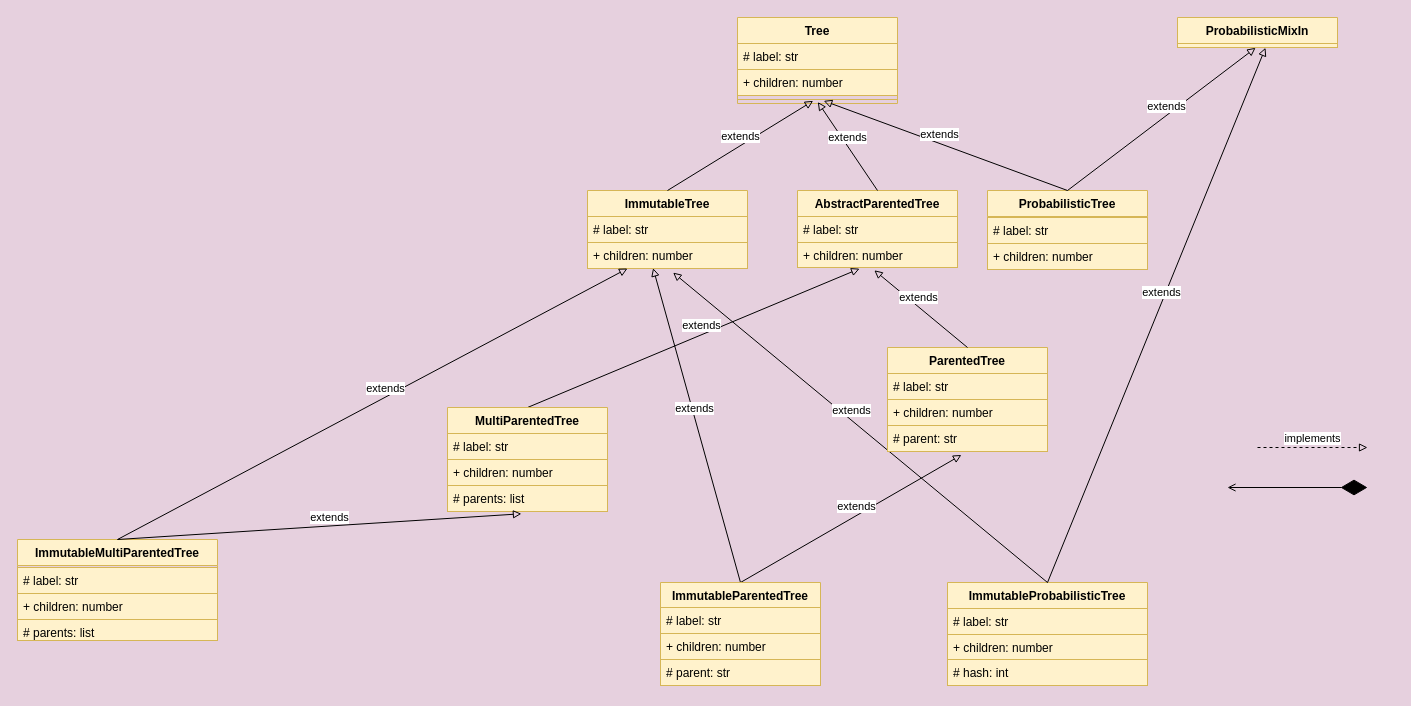
Before: Untitled Diagram.drawio in Natalia-Zorina/CLer-Prog2-Natalia, a draw.io diagram. Source tidied: cells renumbered, new cells numbered last; positions are measured from the earlier drawing's top-left corner, leaving out a move shared by most shapes. Both pictures are drawn from the tidied source at 100%, with x=0, y=0 at pixel (17, 17).
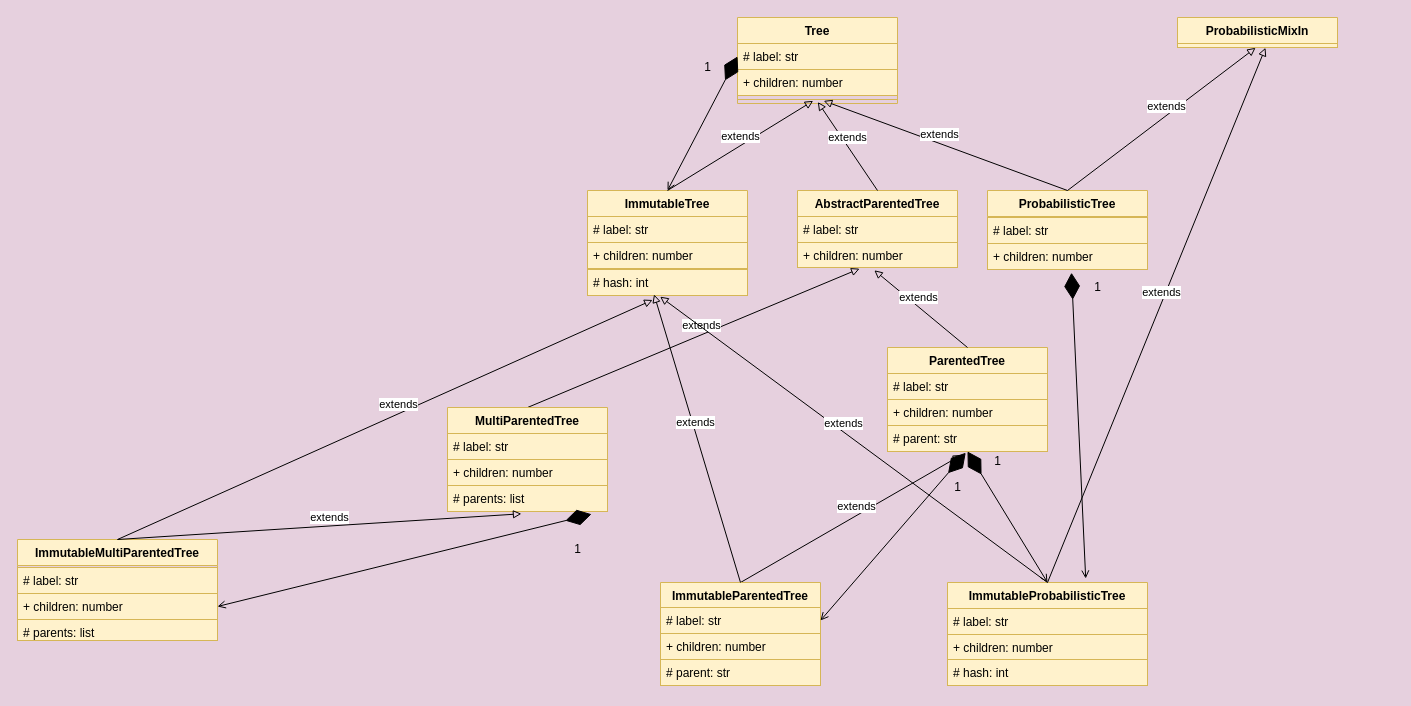
Above is the later version.

Unchanged cells that the change refers to:
```xml
<mxCell id="3" value="# label: str" style="text;strokeColor=#d6b656;fillColor=#fff2cc;align=left;verticalAlign=top;spacingLeft=4;spacingRight=4;overflow=hidden;points=[[0,0.5],[1,0.5]];portConstraint=eastwest;" parent="2" vertex="1">
  <mxGeometry y="26" width="160" height="26" as="geometry" />
</mxCell>
<mxCell id="6" value="ImmutableTree" style="swimlane;fontStyle=1;align=center;verticalAlign=top;horizontal=1;startSize=26;fillColor=#fff2cc;strokeColor=#d6b656;" parent="1" vertex="1">
  <mxGeometry x="570" y="173" width="160" height="78" as="geometry" />
</mxCell>
<mxCell id="8" value="+ children: number" style="text;strokeColor=#d6b656;fillColor=#fff2cc;align=left;verticalAlign=top;spacingLeft=4;spacingRight=4;overflow=hidden;points=[[0,0.5],[1,0.5]];portConstraint=eastwest;" parent="6" vertex="1">
  <mxGeometry y="52" width="160" height="26" as="geometry" />
</mxCell>
<mxCell id="21" value=" ImmutableMultiParentedTree" style="swimlane;fontStyle=1;align=center;verticalAlign=top;horizontal=1;startSize=26;fillColor=#fff2cc;strokeColor=#d6b656;" parent="1" vertex="1">
  <mxGeometry y="522" width="200" height="34" as="geometry" />
</mxCell>
<mxCell id="29" value="ImmutableProbabilisticTree" style="swimlane;fontStyle=1;align=center;verticalAlign=top;horizontal=1;startSize=26;fillColor=#fff2cc;strokeColor=#d6b656;" parent="1" vertex="1">
  <mxGeometry x="930" y="565" width="200" height="78" as="geometry" />
</mxCell>
<mxCell id="37" value="ImmutableParentedTree" style="swimlane;fontStyle=1;align=center;verticalAlign=top;horizontal=1;startSize=26;fillColor=#fff2cc;strokeColor=#d6b656;" parent="1" vertex="1">
  <mxGeometry x="643" y="565" width="160" height="34" as="geometry" />
</mxCell>
<mxCell id="40" value="# parent: str" style="text;strokeColor=#d6b656;fillColor=#fff2cc;align=left;verticalAlign=top;spacingLeft=4;spacingRight=4;overflow=hidden;points=[[0,0.5],[1,0.5]];portConstraint=eastwest;" parent="1" vertex="1">
  <mxGeometry x="870" y="408" width="160" height="26" as="geometry" />
</mxCell>
<mxCell id="41" value="# parents: list" style="text;strokeColor=#d6b656;fillColor=#fff2cc;align=left;verticalAlign=top;spacingLeft=4;spacingRight=4;overflow=hidden;points=[[0,0.5],[1,0.5]];portConstraint=eastwest;" parent="1" vertex="1">
  <mxGeometry x="430" y="468" width="160" height="26" as="geometry" />
</mxCell>
<mxCell id="44" value="+ children: number" style="text;strokeColor=#d6b656;fillColor=#fff2cc;align=left;verticalAlign=top;spacingLeft=4;spacingRight=4;overflow=hidden;points=[[0,0.5],[1,0.5]];portConstraint=eastwest;" parent="1" vertex="1">
  <mxGeometry y="576" width="200" height="26" as="geometry" />
</mxCell>
<mxCell id="46" value="# label: str" style="text;strokeColor=#d6b656;fillColor=#fff2cc;align=left;verticalAlign=top;spacingLeft=4;spacingRight=4;overflow=hidden;points=[[0,0.5],[1,0.5]];portConstraint=eastwest;" parent="1" vertex="1">
  <mxGeometry x="643" y="590" width="160" height="26" as="geometry" />
</mxCell>
<mxCell id="50" value="+ children: number" style="text;strokeColor=#d6b656;fillColor=#fff2cc;align=left;verticalAlign=top;spacingLeft=4;spacingRight=4;overflow=hidden;points=[[0,0.5],[1,0.5]];portConstraint=eastwest;" parent="1" vertex="1">
  <mxGeometry x="970" y="226" width="160" height="26" as="geometry" />
</mxCell>
```

The edit, as a diff of the source:
```diff
@@
-    <mxCell id="9" style="endArrow=diamondThin;endFill=1;endSize=24;html=1;startArrow=open;startFill=0;" parent="1" edge="1">
+    <mxCell id="9" style="endArrow=diamondThin;endFill=1;endSize=24;html=1;startArrow=open;startFill=0;exitX=0.5;exitY=0;exitDx=0;exitDy=0;" parent="1" edge="1" source="29">
       <mxGeometry relative="1" as="geometry">
-        <mxPoint x="1210" y="470" as="sourcePoint" />
-        <mxPoint x="1350" y="470" as="targetPoint" />
+        <mxPoint x="950" y="434" as="targetPoint" />
       </mxGeometry>
     </mxCell>
@@
-    <mxCell id="11" value="implements" style="html=1;verticalAlign=bottom;endArrow=block;endFill=0;dashed=1;" parent="1" edge="1">
-      <mxGeometry relative="1" as="geometry">
-        <mxPoint x="1240" y="430" as="sourcePoint" />
-        <mxPoint x="1350" y="430" as="targetPoint" />
-      </mxGeometry>
-    </mxCell>
@@
-    <mxCell id="22" value="extends" style="html=1;verticalAlign=bottom;endArrow=block;endFill=0;exitX=0.5;exitY=0;exitDx=0;exitDy=0;entryX=0.25;entryY=1;entryDx=0;entryDy=0;" parent="1" edge="1" source="21" target="6">
+    <mxCell id="22" value="extends" style="html=1;verticalAlign=bottom;endArrow=block;endFill=0;exitX=0.5;exitY=0;exitDx=0;exitDy=0;entryX=0.407;entryY=1.173;entryDx=0;entryDy=0;entryPerimeter=0;" parent="1" edge="1" source="21" target="52">
       <mxGeometry x="0.05" relative="1" as="geometry" />
     </mxCell>
@@
-    <mxCell id="36" value="extends" style="html=1;verticalAlign=bottom;endArrow=block;endFill=0;exitX=0.5;exitY=0;exitDx=0;exitDy=0;entryX=0.41;entryY=0.986;entryDx=0;entryDy=0;entryPerimeter=0;" parent="1" edge="1" source="37" target="8">
-      <mxGeometry x="0.05" relative="1" as="geometry" />
-    </mxCell>
@@
-    <mxCell id="38" value="extends" style="html=1;verticalAlign=bottom;endArrow=block;endFill=0;exitX=0.5;exitY=0;exitDx=0;exitDy=0;entryX=0.535;entryY=1.158;entryDx=0;entryDy=0;entryPerimeter=0;" parent="1" edge="1" source="29" target="8">
+    <mxCell id="38" value="extends" style="html=1;verticalAlign=bottom;endArrow=block;endFill=0;exitX=0.5;exitY=0;exitDx=0;exitDy=0;entryX=0.454;entryY=1.045;entryDx=0;entryDy=0;entryPerimeter=0;" parent="1" edge="1" source="29" target="52">
       <mxGeometry x="0.05" relative="1" as="geometry" />
     </mxCell>
@@
+    <mxCell id="52" value="# hash: int" style="text;strokeColor=#d6b656;fillColor=#fff2cc;align=left;verticalAlign=top;spacingLeft=4;spacingRight=4;overflow=hidden;points=[[0,0.5],[1,0.5]];portConstraint=eastwest;" parent="1" vertex="1">
+      <mxGeometry x="570" y="252" width="160" height="26" as="geometry" />
+    </mxCell>
+    <mxCell id="36" value="extends" style="html=1;verticalAlign=bottom;endArrow=block;endFill=0;exitX=0.5;exitY=0;exitDx=0;exitDy=0;entryX=0.416;entryY=0.958;entryDx=0;entryDy=0;entryPerimeter=0;" parent="1" edge="1" source="37" target="52">
+      <mxGeometry x="0.05" relative="1" as="geometry" />
+    </mxCell>
+    <mxCell id="53" value="1" style="text;html=1;align=center;verticalAlign=middle;strokeColor=none;" parent="1" vertex="1">
+      <mxGeometry x="970" y="434" width="20" height="20" as="geometry" />
+    </mxCell>
+    <mxCell id="54" style="endArrow=diamondThin;endFill=1;endSize=24;html=1;startArrow=open;startFill=0;exitX=0.5;exitY=0;exitDx=0;exitDy=0;entryX=0;entryY=0.5;entryDx=0;entryDy=0;" parent="1" edge="1" source="6" target="3">
+      <mxGeometry relative="1" as="geometry" />
+    </mxCell>
+    <mxCell id="55" value="1" style="text;html=1;align=center;verticalAlign=middle;strokeColor=none;" parent="1" vertex="1">
+      <mxGeometry x="680" y="40" width="20" height="20" as="geometry" />
+    </mxCell>
+    <mxCell id="56" style="endArrow=diamondThin;endFill=1;endSize=24;html=1;startArrow=open;startFill=0;exitX=1;exitY=0.5;exitDx=0;exitDy=0;entryX=0.9;entryY=1.104;entryDx=0;entryDy=0;entryPerimeter=0;" parent="1" edge="1" source="44" target="41">
+      <mxGeometry relative="1" as="geometry" />
+    </mxCell>
+    <mxCell id="57" value="1" style="text;html=1;align=center;verticalAlign=middle;strokeColor=none;" parent="1" vertex="1">
+      <mxGeometry x="550" y="522" width="20" height="20" as="geometry" />
+    </mxCell>
+    <mxCell id="58" style="endArrow=diamondThin;endFill=1;endSize=24;html=1;startArrow=open;startFill=0;exitX=1;exitY=0.5;exitDx=0;exitDy=0;entryX=0.489;entryY=1.049;entryDx=0;entryDy=0;entryPerimeter=0;" parent="1" edge="1" source="46" target="40">
+      <mxGeometry relative="1" as="geometry" />
+    </mxCell>
+    <mxCell id="59" value="1" style="text;html=1;align=center;verticalAlign=middle;strokeColor=none;" parent="1" vertex="1">
+      <mxGeometry x="930" y="460" width="20" height="20" as="geometry" />
+    </mxCell>
+    <mxCell id="60" style="endArrow=diamondThin;endFill=1;endSize=24;html=1;startArrow=open;startFill=0;exitX=0.691;exitY=-0.051;exitDx=0;exitDy=0;entryX=0.525;entryY=1.126;entryDx=0;entryDy=0;entryPerimeter=0;exitPerimeter=0;" parent="1" edge="1" source="29" target="50">
+      <mxGeometry relative="1" as="geometry" />
+    </mxCell>
+    <mxCell id="61" value="1" style="text;html=1;align=center;verticalAlign=middle;strokeColor=none;" parent="1" vertex="1">
+      <mxGeometry x="1070" y="260" width="20" height="20" as="geometry" />
+    </mxCell>
```
